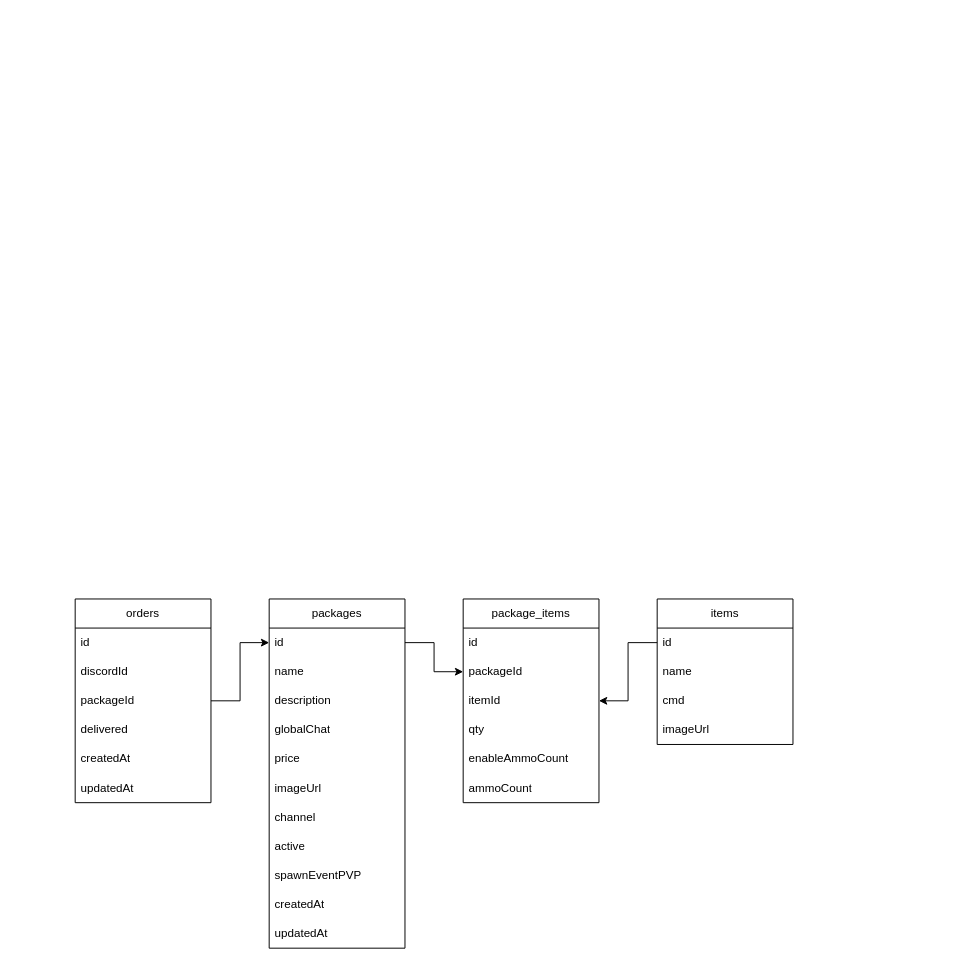
Above: scum.drawio in natthaphummm/diagrams-data (draw.io), before the change. Source tidied: cells renumbered, new cells numbered last; positions are measured from the earlier drawing's top-left corner, leaving out a move shared by most shapes. Both pictures are drawn from the tidied source at 97%, with x=0, y=0 at pixel (75, 598).
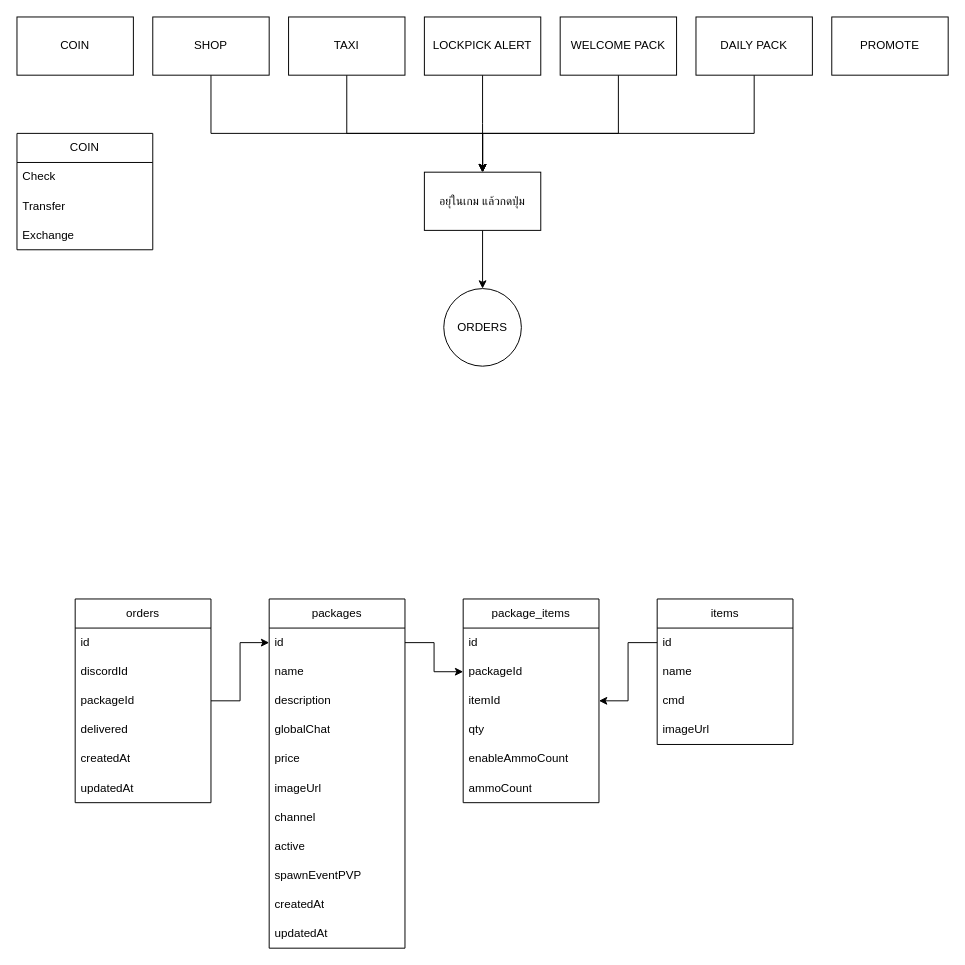
The same diagram, later.

Change to the diagram source:
```diff
@@
+    <mxCell id="36" value="COIN" style="rounded=0;whiteSpace=wrap;html=1;" parent="1" vertex="1">
+      <mxGeometry x="-60" y="-600" width="120" height="60" as="geometry" />
+    </mxCell>
+    <mxCell id="37" style="edgeStyle=orthogonalEdgeStyle;rounded=0;jettySize=auto;html=1;" parent="1" edge="1" source="38" target="53">
+      <mxGeometry relative="1" as="geometry">
+        <Array as="points">
+          <mxPoint x="140" y="-480" />
+          <mxPoint x="420" y="-480" />
+        </Array>
+      </mxGeometry>
+    </mxCell>
+    <mxCell id="38" value="SHOP" style="rounded=0;whiteSpace=wrap;html=1;" parent="1" vertex="1">
+      <mxGeometry x="80" y="-600" width="120" height="60" as="geometry" />
+    </mxCell>
+    <mxCell id="39" style="edgeStyle=orthogonalEdgeStyle;rounded=0;jettySize=auto;html=1;entryX=0.5;entryY=0;entryDx=0;entryDy=0;" parent="1" edge="1" source="40" target="53">
+      <mxGeometry relative="1" as="geometry">
+        <Array as="points">
+          <mxPoint x="560" y="-480" />
+          <mxPoint x="420" y="-480" />
+        </Array>
+      </mxGeometry>
+    </mxCell>
+    <mxCell id="40" value="WELCOME PACK" style="rounded=0;whiteSpace=wrap;html=1;" parent="1" vertex="1">
+      <mxGeometry x="500" y="-600" width="120" height="60" as="geometry" />
+    </mxCell>
+    <mxCell id="41" value="PROMOTE" style="rounded=0;whiteSpace=wrap;html=1;" parent="1" vertex="1">
+      <mxGeometry x="780" y="-600" width="120" height="60" as="geometry" />
+    </mxCell>
+    <mxCell id="42" style="edgeStyle=orthogonalEdgeStyle;rounded=0;jettySize=auto;html=1;entryX=0.5;entryY=0;entryDx=0;entryDy=0;" parent="1" edge="1" source="43" target="53">
+      <mxGeometry relative="1" as="geometry">
+        <Array as="points">
+          <mxPoint x="280" y="-480" />
+          <mxPoint x="420" y="-480" />
+        </Array>
+      </mxGeometry>
+    </mxCell>
+    <mxCell id="43" value="TAXI" style="rounded=0;whiteSpace=wrap;html=1;" parent="1" vertex="1">
+      <mxGeometry x="220" y="-600" width="120" height="60" as="geometry" />
+    </mxCell>
+    <mxCell id="44" style="edgeStyle=orthogonalEdgeStyle;rounded=0;jettySize=auto;html=1;" parent="1" edge="1" source="45">
+      <mxGeometry relative="1" as="geometry">
+        <mxPoint x="420" y="-440" as="targetPoint" />
+      </mxGeometry>
+    </mxCell>
+    <mxCell id="45" value="LOCKPICK ALERT" style="rounded=0;whiteSpace=wrap;html=1;" parent="1" vertex="1">
+      <mxGeometry x="360" y="-600" width="120" height="60" as="geometry" />
+    </mxCell>
+    <mxCell id="46" style="edgeStyle=orthogonalEdgeStyle;rounded=0;jettySize=auto;html=1;exitX=0.5;exitY=1;exitDx=0;exitDy=0;entryX=0.5;entryY=0;entryDx=0;entryDy=0;" parent="1" edge="1" source="47" target="53">
+      <mxGeometry relative="1" as="geometry">
+        <Array as="points">
+          <mxPoint x="700" y="-480" />
+          <mxPoint x="420" y="-480" />
+        </Array>
+      </mxGeometry>
+    </mxCell>
+    <mxCell id="47" value="DAILY PACK" style="rounded=0;whiteSpace=wrap;html=1;" parent="1" vertex="1">
+      <mxGeometry x="640" y="-600" width="120" height="60" as="geometry" />
+    </mxCell>
+    <mxCell id="48" value="COIN" style="swimlane;fontStyle=0;horizontal=1;startSize=30;whiteSpace=wrap;html=1;" parent="1" vertex="1">
+      <mxGeometry x="-60" y="-480" width="140" height="120" as="geometry" />
+    </mxCell>
+    <mxCell id="49" value="Check" style="text;strokeColor=none;fillColor=none;align=left;verticalAlign=middle;spacingLeft=4;spacingRight=4;overflow=hidden;whiteSpace=wrap;html=1;" parent="48" vertex="1">
+      <mxGeometry y="30" width="140" height="30" as="geometry" />
+    </mxCell>
+    <mxCell id="50" value="Transfer" style="text;strokeColor=none;fillColor=none;align=left;verticalAlign=middle;spacingLeft=4;spacingRight=4;overflow=hidden;whiteSpace=wrap;html=1;" parent="48" vertex="1">
+      <mxGeometry y="60" width="140" height="30" as="geometry" />
+    </mxCell>
+    <mxCell id="51" value="Exchange" style="text;strokeColor=none;fillColor=none;align=left;verticalAlign=middle;spacingLeft=4;spacingRight=4;overflow=hidden;whiteSpace=wrap;html=1;" parent="48" vertex="1">
+      <mxGeometry y="90" width="140" height="30" as="geometry" />
+    </mxCell>
+    <mxCell id="52" style="edgeStyle=orthogonalEdgeStyle;rounded=0;jettySize=auto;html=1;entryX=0.5;entryY=0;entryDx=0;entryDy=0;" parent="1" edge="1" source="53" target="54">
+      <mxGeometry relative="1" as="geometry" />
+    </mxCell>
+    <mxCell id="53" value="อยุ่ในเกม แล้วกดปุ่ม" style="rounded=0;whiteSpace=wrap;html=1;" parent="1" vertex="1">
+      <mxGeometry x="360" y="-440" width="120" height="60" as="geometry" />
+    </mxCell>
+    <mxCell id="54" value="ORDERS" style="ellipse;whiteSpace=wrap;html=1;" parent="1" vertex="1">
+      <mxGeometry x="380" y="-320" width="80" height="80" as="geometry" />
+    </mxCell>
```
